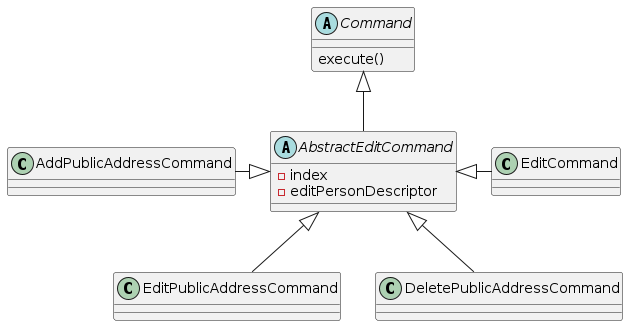
This is diagrams/AbstractEditCommandClassDiagram.png from AY2425S1-CS2103T-T08-1/tp, a PlantUML export, as it was before one commit. Its source is kept beside it as diagrams/AbstractEditCommandClassDiagram.puml. Its diagram source:
```plantuml
@startuml

abstract Command {
    execute()
}
abstract AbstractEditCommand {
    -index
    -editPersonDescriptor
}
class EditCommand
class AddPublicAddressCommand
class EditPublicAddressCommand
class DeletePublicAddressCommand
Command <|-- AbstractEditCommand
AbstractEditCommand <|- EditCommand
AddPublicAddressCommand -|> AbstractEditCommand
AbstractEditCommand <|-- EditPublicAddressCommand
AbstractEditCommand <|-- DeletePublicAddressCommand

@enduml
```
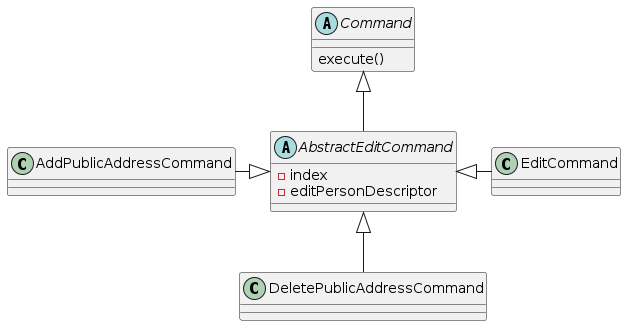
After the commit.

The edit, as a diff of the source:
```diff
@@ -9,12 +9,10 @@
 }
 class EditCommand
 class AddPublicAddressCommand
-class EditPublicAddressCommand
 class DeletePublicAddressCommand
 Command <|-- AbstractEditCommand
 AbstractEditCommand <|- EditCommand
 AddPublicAddressCommand -|> AbstractEditCommand
-AbstractEditCommand <|-- EditPublicAddressCommand
 AbstractEditCommand <|-- DeletePublicAddressCommand
 
 @enduml
```
